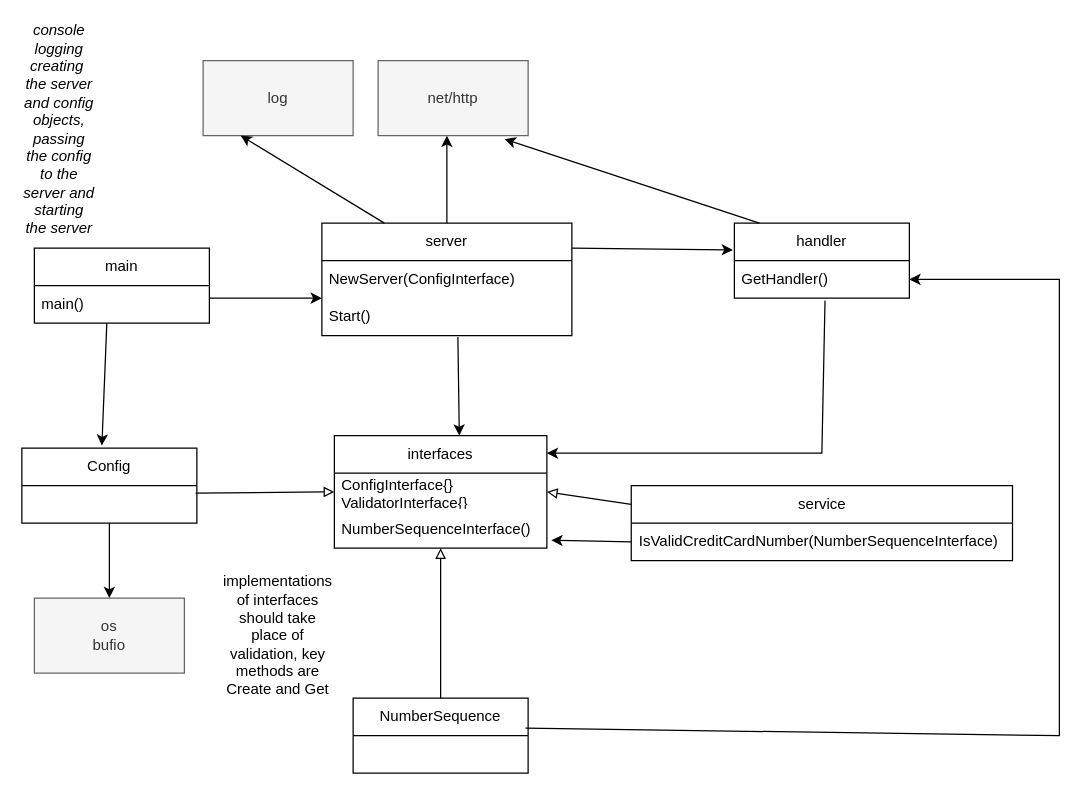
This is class-diagram.drawio from Wirt4/luhn-credit-card-validator, a draw.io file, before an edit. Source tidied: cells renumbered, new cells numbered last; positions are measured from the earlier drawing's top-left corner, leaving out a move shared by most shapes. Both pictures are drawn from the tidied source at 125%, with x=0, y=0 at pixel (21, 60).
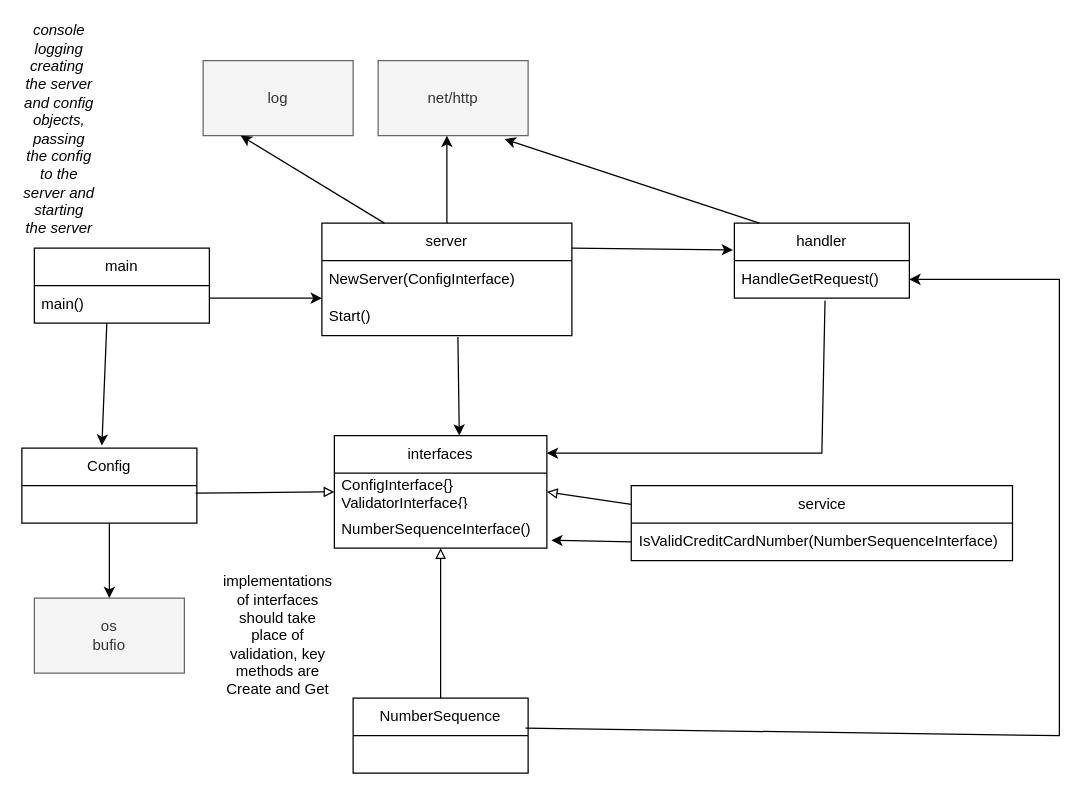
The same diagram, later.

The change refers to these unchanged cells:
```xml
<mxCell id="14" value="handler" style="swimlane;fontStyle=0;horizontal=1;startSize=30;whiteSpace=wrap;html=1;" parent="1" vertex="1">
  <mxGeometry x="570" y="130" width="140" height="60" as="geometry" />
</mxCell>
```

What changed in the source:
```diff
@@
-    <mxCell id="15" value="GetHandler()" style="text;strokeColor=none;fillColor=none;align=left;verticalAlign=middle;spacingLeft=4;spacingRight=4;overflow=hidden;points=[[0,0.5],[1,0.5]];portConstraint=eastwest;whiteSpace=wrap;html=1;" parent="14" vertex="1">
+    <mxCell id="15" value="HandleGetRequest()" style="text;strokeColor=none;fillColor=none;align=left;verticalAlign=middle;spacingLeft=4;spacingRight=4;overflow=hidden;points=[[0,0.5],[1,0.5]];portConstraint=eastwest;whiteSpace=wrap;html=1;" parent="14" vertex="1">
       <mxGeometry y="30" width="140" height="30" as="geometry" />
     </mxCell>
```
